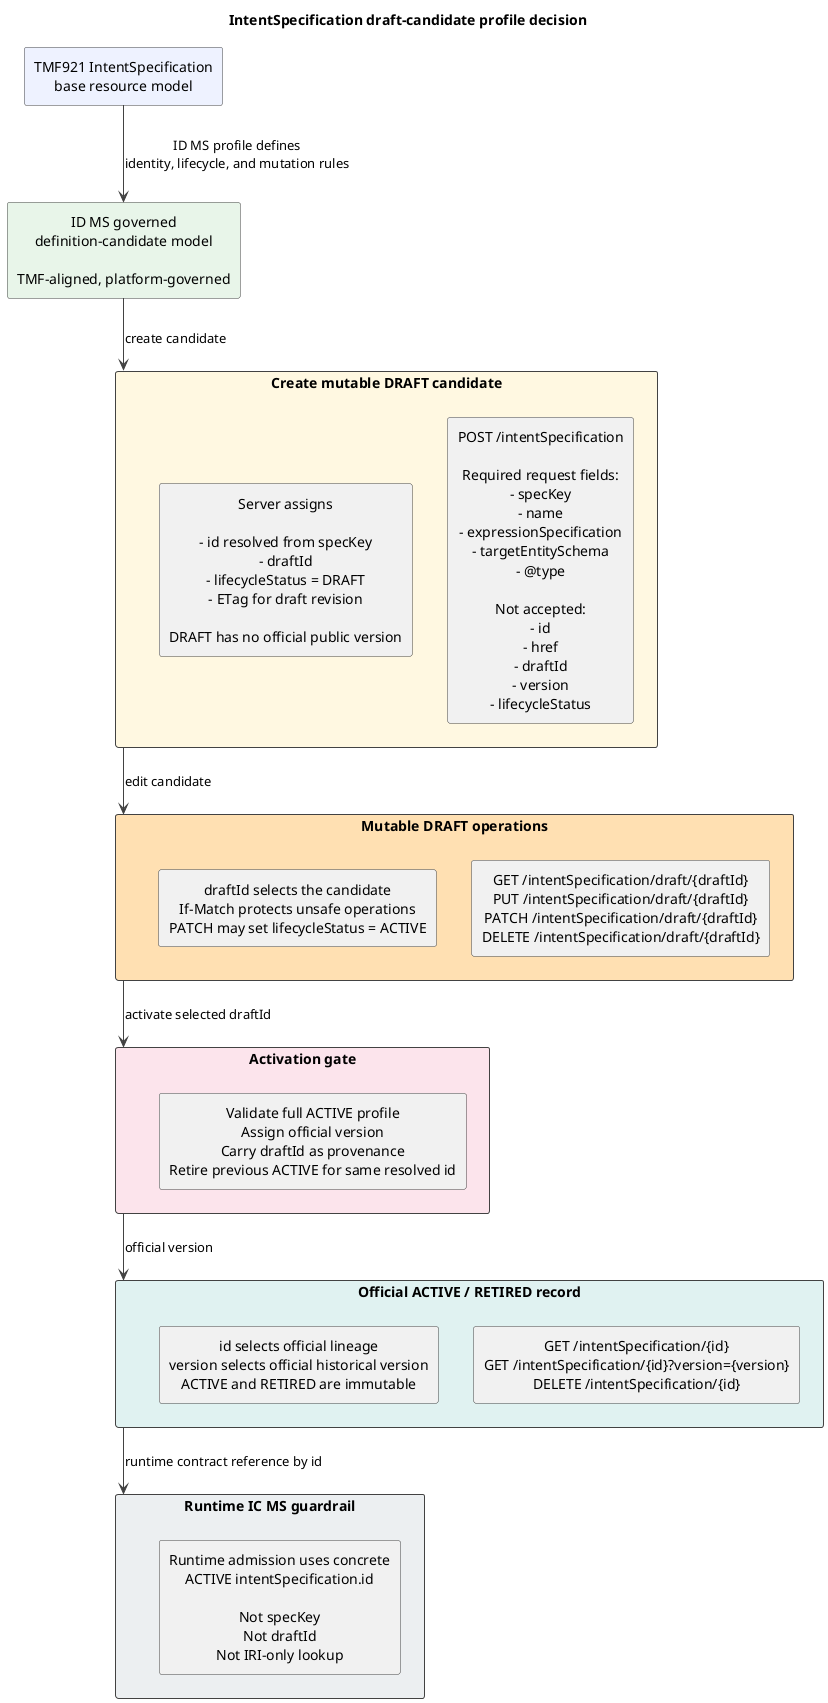
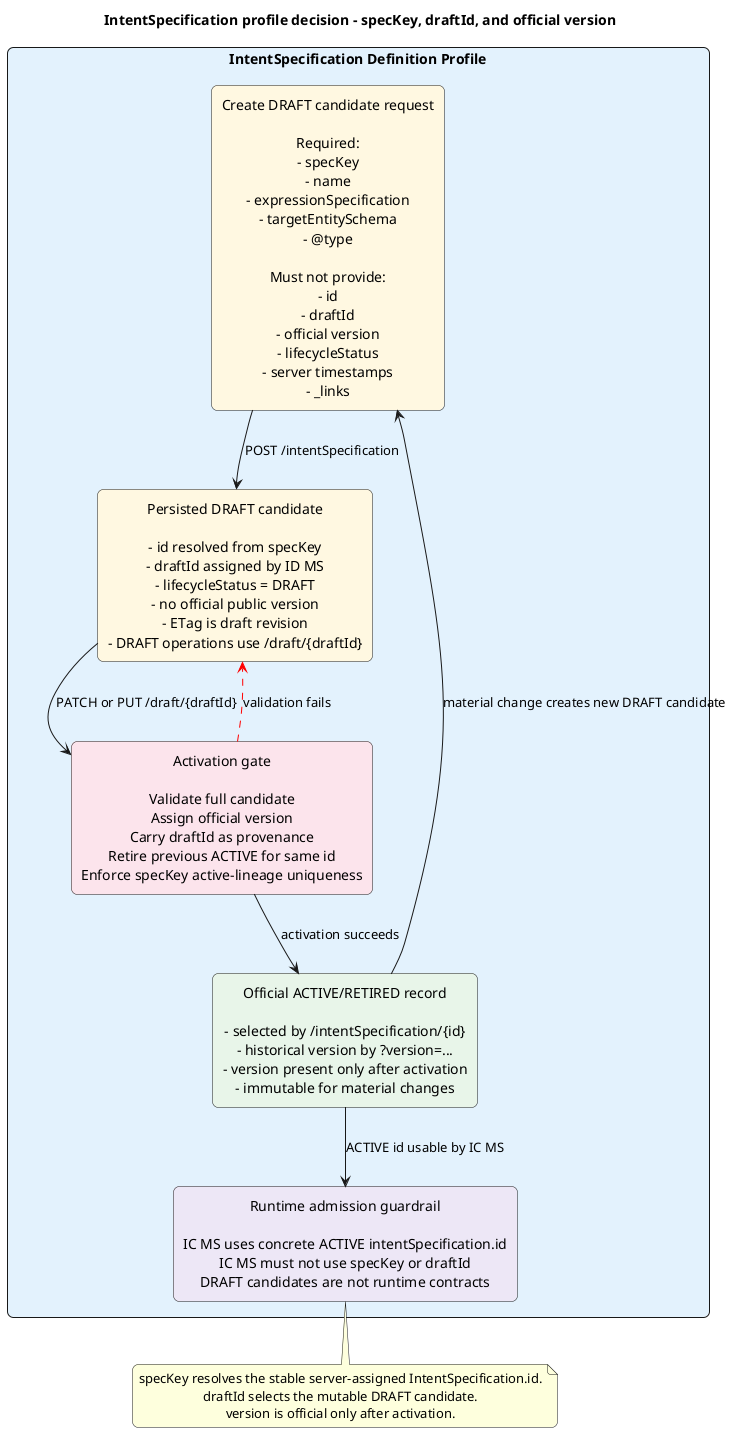
@startuml
- title IntentSpecification draft-candidate profile decision
+ title IntentSpecification profile decision - specKey, draftId, and official version

skinparam shadowing false
+ skinparam roundcorner 12
skinparam defaultTextAlignment center
- skinparam packageStyle rectangle
- skinparam ArrowColor #424242
- skinparam RectangleBorderColor #424242

- rectangle "TMF921 IntentSpecification\nbase resource model" as TMF #EEF2FF
- rectangle "ID MS governed\ndefinition-candidate model\n\nTMF-aligned, platform-governed" as PROFILE #E8F5E9
+ rectangle "IntentSpecification Definition Profile" as PROFILE #E3F2FD {
+   rectangle "Create DRAFT candidate request\n\nRequired:\n- specKey\n- name\n- expressionSpecification\n- targetEntitySchema\n- @type\n\nMust not provide:\n- id\n- draftId\n- official version\n- lifecycleStatus\n- server timestamps\n- _links" as CREATE #FFF8E1

- TMF --> PROFILE : ID MS profile defines\nidentity, lifecycle, and mutation rules
+   rectangle "Persisted DRAFT candidate\n\n- id resolved from specKey\n- draftId assigned by ID MS\n- lifecycleStatus = DRAFT\n- no official public version\n- ETag is draft revision\n- DRAFT operations use /draft/{draftId}" as DRAFT #FFF8E1

- rectangle "Create mutable DRAFT candidate" as DRAFT #FFF8E1 {
-   rectangle "POST /intentSpecification\n\nRequired request fields:\n- specKey\n- name\n- expressionSpecification\n- targetEntitySchema\n- @type\n\nNot accepted:\n- id\n- href\n- draftId\n- version\n- lifecycleStatus" as DRAFT_REQ
-   rectangle "Server assigns\n\n- id resolved from specKey\n- draftId\n- lifecycleStatus = DRAFT\n- ETag for draft revision\n\nDRAFT has no official public version" as DRAFT_RESP
+   rectangle "Activation gate\n\nValidate full candidate\nAssign official version\nCarry draftId as provenance\nRetire previous ACTIVE for same id\nEnforce specKey active-lineage uniqueness" as GATE #FCE4EC
+ 
+   rectangle "Official ACTIVE/RETIRED record\n\n- selected by /intentSpecification/{id}\n- historical version by ?version=...\n- version present only after activation\n- immutable for material changes" as OFFICIAL #E8F5E9
+ 
+   rectangle "Runtime admission guardrail\n\nIC MS uses concrete ACTIVE intentSpecification.id\nIC MS must not use specKey or draftId\nDRAFT candidates are not runtime contracts" as RUNTIME #EDE7F6
}

- rectangle "Mutable DRAFT operations" as DRAFT_OPS #FFE0B2 {
-   rectangle "GET /intentSpecification/draft/{draftId}\nPUT /intentSpecification/draft/{draftId}\nPATCH /intentSpecification/draft/{draftId}\nDELETE /intentSpecification/draft/{draftId}" as DRAFT_ROUTES
-   rectangle "draftId selects the candidate\nIf-Match protects unsafe operations\nPATCH may set lifecycleStatus = ACTIVE" as DRAFT_RULES
- }
+ CREATE --> DRAFT : POST /intentSpecification
+ DRAFT --> GATE : PATCH or PUT /draft/{draftId}
+ GATE --> OFFICIAL : activation succeeds
+ GATE -[#red,dashed]-> DRAFT : validation fails
+ OFFICIAL --> CREATE : material change creates new DRAFT candidate
+ OFFICIAL --> RUNTIME : ACTIVE id usable by IC MS

- rectangle "Activation gate" as GATE #FCE4EC {
-   rectangle "Validate full ACTIVE profile\nAssign official version\nCarry draftId as provenance\nRetire previous ACTIVE for same resolved id" as ACTIVATE
- }
+ note bottom
+ specKey resolves the stable server-assigned IntentSpecification.id.
+ draftId selects the mutable DRAFT candidate.
+ version is official only after activation.
+ end note

- rectangle "Official ACTIVE / RETIRED record" as ACTIVE #E0F2F1 {
-   rectangle "GET /intentSpecification/{id}\nGET /intentSpecification/{id}?version={version}\nDELETE /intentSpecification/{id}" as ACTIVE_ROUTES
-   rectangle "id selects official lineage\nversion selects official historical version\nACTIVE and RETIRED are immutable" as ACTIVE_RULES
- }
- 
- rectangle "Runtime IC MS guardrail" as RUNTIME #ECEFF1 {
-   rectangle "Runtime admission uses concrete\nACTIVE intentSpecification.id\n\nNot specKey\nNot draftId\nNot IRI-only lookup" as RUNTIME_RULE
- }
- 
- PROFILE --> DRAFT : create candidate
- DRAFT --> DRAFT_OPS : edit candidate
- DRAFT_OPS --> GATE : activate selected draftId
- GATE --> ACTIVE : official version
- ACTIVE --> RUNTIME : runtime contract reference by id
@enduml
